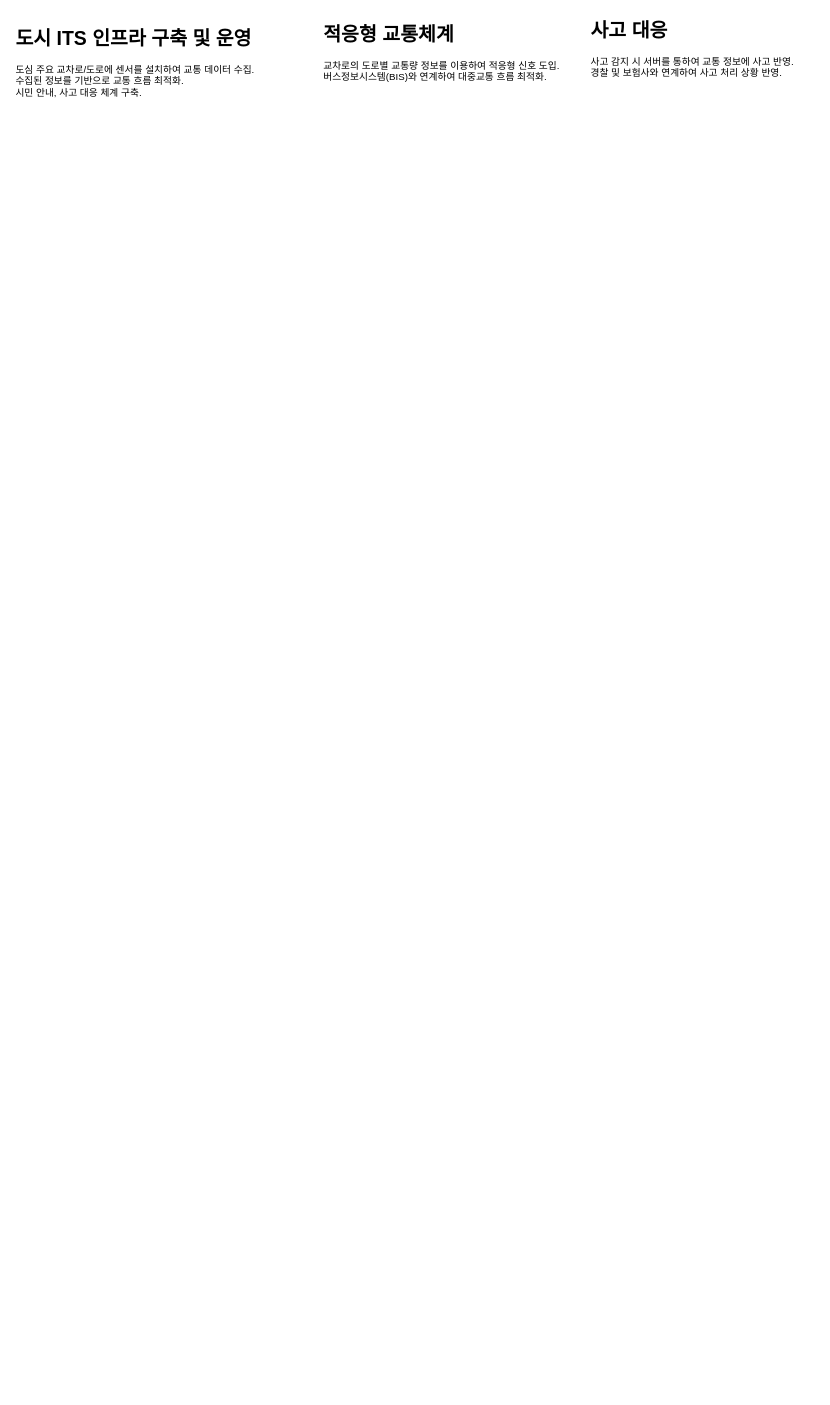
Before: 16. 미니프로젝트 4차/도시 ITS 인프라 구축 시스템.drawio in HSCLover/AIVLE, a draw.io diagram. Source tidied: cells renumbered, new cells numbered last; positions are measured from the earlier drawing's top-left corner, leaving out a move shared by most shapes. Both pictures are drawn from the tidied source at 81%, with x=0, y=0 at pixel (14, 14).
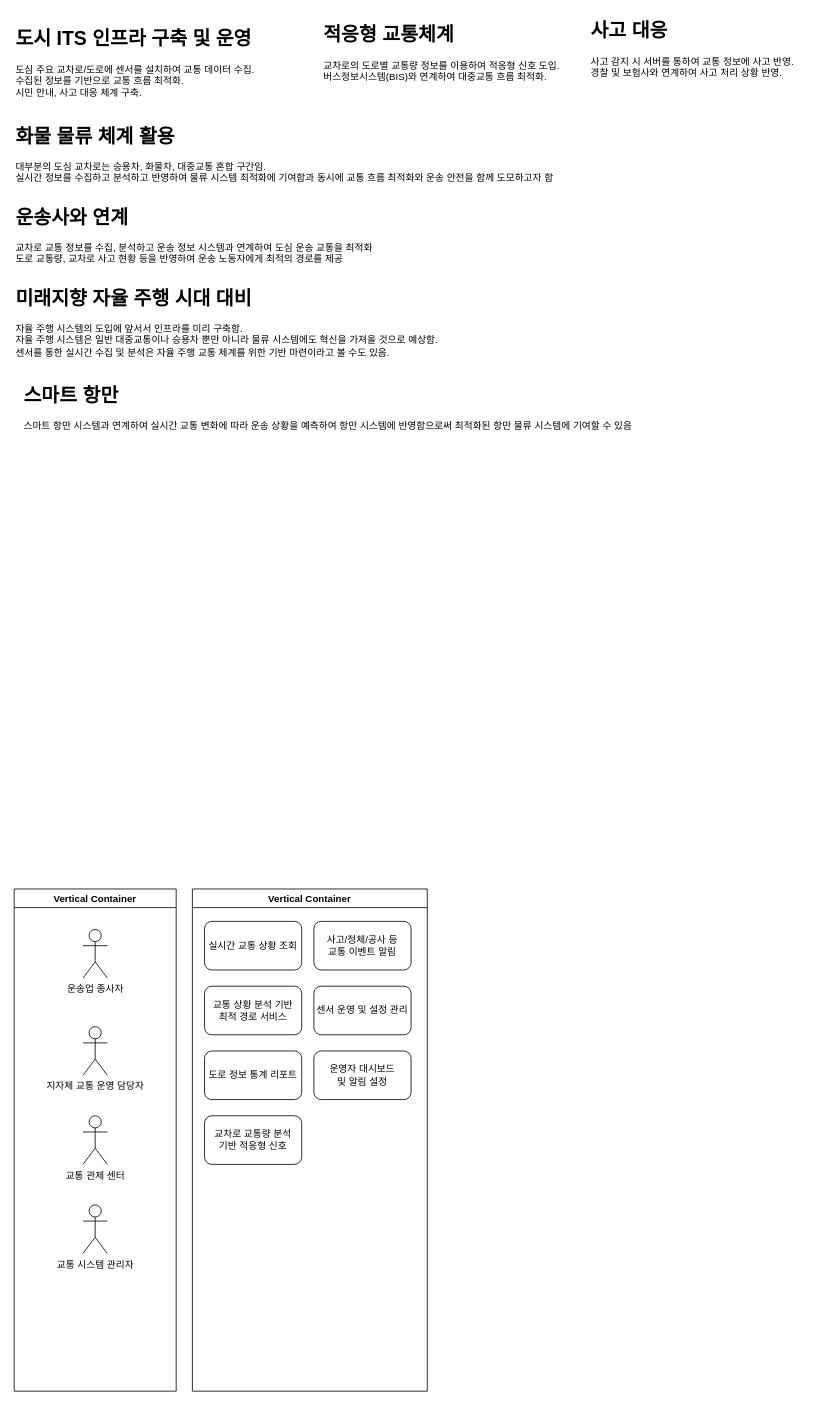
Above is the later version.

Commit message:
도시 ITS 인프라 구축 시스템.drawio 업데이트

What changed in the source:
```diff
@@
+    <mxCell id="5" value="&lt;h1 style=&quot;margin-top: 0px;&quot;&gt;화물 물류 체계 활용&lt;/h1&gt;&lt;div&gt;대부분의 도심 교차로는 승용차, 화물차, 대중교통 혼합 구간임.&amp;nbsp;&lt;/div&gt;&lt;div&gt;실시간 정보를 수집하고 분석하고 반영하여 물류 시스템 최적화에 기여함과 동시에 교통 흐름 최적화와 운송 안전을 함께 도모하고자 함&lt;/div&gt;&lt;div&gt;&lt;br&gt;&lt;/div&gt;" style="text;html=1;whiteSpace=wrap;overflow=hidden;rounded=0;" parent="1" vertex="1">
+      <mxGeometry y="130" width="670" height="90" as="geometry" />
+    </mxCell>
+    <mxCell id="6" value="&lt;h1 style=&quot;margin-top: 0px;&quot;&gt;운송사와 연계&lt;/h1&gt;&lt;div&gt;교차로 교통 정보를 수집, 분석하고 운송 정보 시스템과 연계하여 도심 운송 교통을 최적화&lt;/div&gt;&lt;div&gt;도로 교통량, 교차로 사고 현황 등을 반영하여 운송 노동자에게 최적의 경로를 제공&lt;/div&gt;" style="text;html=1;whiteSpace=wrap;overflow=hidden;rounded=0;" parent="1" vertex="1">
+      <mxGeometry y="230" width="450" height="90" as="geometry" />
+    </mxCell>
+    <mxCell id="7" value="&lt;h1 style=&quot;margin-top: 0px;&quot;&gt;미래지향 자율 주행 시대 대비&lt;/h1&gt;&lt;div&gt;자율 주행 시스템의 도입에 앞서서 인프라를 미리 구축함.&lt;/div&gt;&lt;div&gt;자율 주행 시스템은 일반 대중교통이나 승용차 뿐만 아니라 물류 시스템에도 혁신을 가져올 것으로 예상함.&lt;/div&gt;&lt;div&gt;센서를 통한 실시간 수집 및 분석은 자율 주행 교통 체계를 위한 기반 마련이라고 볼 수도 있음.&lt;/div&gt;" style="text;html=1;whiteSpace=wrap;overflow=hidden;rounded=0;" parent="1" vertex="1">
+      <mxGeometry y="330" width="690" height="120" as="geometry" />
+    </mxCell>
+    <mxCell id="8" value="&lt;h1 style=&quot;margin-top: 0px;&quot;&gt;스마트 항만&lt;/h1&gt;&lt;div&gt;스마트 항만 시스템과 연계하여 실시간 교통 변화에 따라 운송 상황을 예측하여 항만 시스템에 반영함으로써 최적화된 항만 물류 시스템에 기여할 수 있음&lt;/div&gt;" style="text;html=1;whiteSpace=wrap;overflow=hidden;rounded=0;" parent="1" vertex="1">
+      <mxGeometry x="10" y="450" width="800" height="80" as="geometry" />
+    </mxCell>
+    <mxCell id="9" value="Vertical Container" style="swimlane;whiteSpace=wrap;html=1;" parent="1" vertex="1">
+      <mxGeometry y="1080" width="200" height="620" as="geometry" />
+    </mxCell>
+    <mxCell id="10" value="운송업 종사자" style="shape=umlActor;verticalLabelPosition=bottom;verticalAlign=top;html=1;" parent="9" vertex="1">
+      <mxGeometry x="85" y="50" width="30" height="60" as="geometry" />
+    </mxCell>
+    <mxCell id="11" value="지자체 교통 운영 담당자" style="shape=umlActor;verticalLabelPosition=bottom;verticalAlign=top;html=1;" parent="9" vertex="1">
+      <mxGeometry x="85" y="170" width="30" height="60" as="geometry" />
+    </mxCell>
+    <mxCell id="12" value="교통 시스템 관리자" style="shape=umlActor;verticalLabelPosition=bottom;verticalAlign=top;html=1;" parent="9" vertex="1">
+      <mxGeometry x="85" y="390" width="30" height="60" as="geometry" />
+    </mxCell>
+    <mxCell id="13" value="교통 관제 센터" style="shape=umlActor;verticalLabelPosition=bottom;verticalAlign=top;html=1;" parent="9" vertex="1">
+      <mxGeometry x="85" y="280" width="30" height="60" as="geometry" />
+    </mxCell>
+    <mxCell id="14" value="Vertical Container" style="swimlane;whiteSpace=wrap;html=1;" parent="1" vertex="1">
+      <mxGeometry x="220" y="1080" width="290" height="620" as="geometry" />
+    </mxCell>
+    <mxCell id="15" value="실시간 교통 상황 조회" style="rounded=1;whiteSpace=wrap;html=1;" parent="14" vertex="1">
+      <mxGeometry x="15" y="40" width="120" height="60" as="geometry" />
+    </mxCell>
+    <mxCell id="16" value="교통 상황 분석 기반&lt;div&gt;최적 경로 서비스&lt;/div&gt;" style="rounded=1;whiteSpace=wrap;html=1;" parent="14" vertex="1">
+      <mxGeometry x="15" y="120" width="120" height="60" as="geometry" />
+    </mxCell>
+    <mxCell id="17" value="사고/정체/공사 등&lt;div&gt;교통 이벤트 알림&lt;/div&gt;" style="rounded=1;whiteSpace=wrap;html=1;" parent="14" vertex="1">
+      <mxGeometry x="150" y="40" width="120" height="60" as="geometry" />
+    </mxCell>
+    <mxCell id="18" value="교차로 교통량 분석&lt;div&gt;기반 적응형 신호&lt;/div&gt;" style="rounded=1;whiteSpace=wrap;html=1;" parent="14" vertex="1">
+      <mxGeometry x="15" y="280" width="120" height="60" as="geometry" />
+    </mxCell>
+    <mxCell id="19" value="운영자 대시보드&lt;div&gt;및 알림 설정&lt;/div&gt;" style="rounded=1;whiteSpace=wrap;html=1;" parent="14" vertex="1">
+      <mxGeometry x="150" y="200" width="120" height="60" as="geometry" />
+    </mxCell>
+    <mxCell id="20" value="센서 운영 및 설정 관리" style="rounded=1;whiteSpace=wrap;html=1;" parent="14" vertex="1">
+      <mxGeometry x="150" y="120" width="120" height="60" as="geometry" />
+    </mxCell>
+    <mxCell id="21" value="도로 정보 통계 리포트" style="rounded=1;whiteSpace=wrap;html=1;" parent="14" vertex="1">
+      <mxGeometry x="15" y="200" width="120" height="60" as="geometry" />
+    </mxCell>
```
